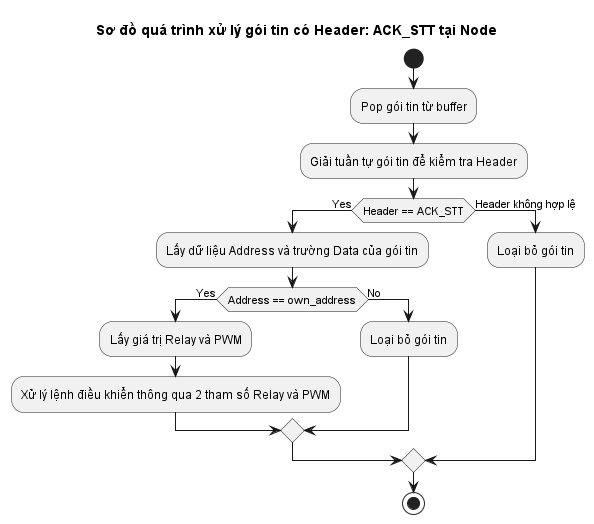
Before: design/out/node_ack/node_process_ACK_STT.png, a diagram exported from PlantUML (laduc11/light_system_iot).
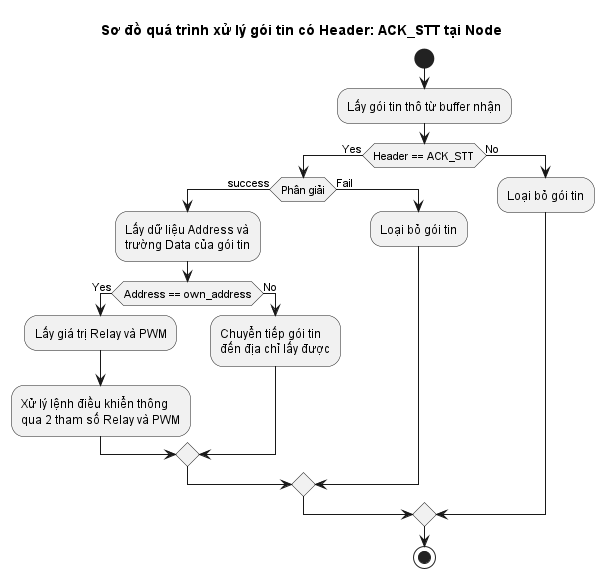
Above is the later version.

Commit message:
Refactor activity diagrams relate to mesage processing in node, gateway

Change to the diagram source:
```diff
@@ -2,20 +2,25 @@
 title Sơ đồ quá trình xử lý gói tin có Header: ACK_STT tại Node
 
 start
-    :Pop gói tin từ buffer;
-    :Giải tuần tự gói tin để kiểm tra Header;
+    :Lấy gói tin thô từ buffer nhận;
 
     if (Header == ACK_STT) then (Yes)
-        :Lấy dữ liệu Address và trường Data của gói tin;
-        if (Address == own_address) then (Yes)
-            :Lấy giá trị Relay và PWM;
-            :Xử lý lệnh điều khiển thông qua 2 tham số Relay và PWM;
-        else (No)
+        if (Phân giải) then (success)
+            :Lấy dữ liệu Address và
+            trường Data của gói tin;
+            if (Address == own_address) then (Yes)
+                :Lấy giá trị Relay và PWM;
+                :Xử lý lệnh điều khiển thông
+                qua 2 tham số Relay và PWM;
+            else (No)
+                :Chuyển tiếp gói tin
+                đến địa chỉ lấy được;
+            endif
+        else (Fail)
             :Loại bỏ gói tin;
         endif
-    else (Header không hợp lệ)
+    else (No)
         :Loại bỏ gói tin;
     endif
-
 stop
 @enduml
```
